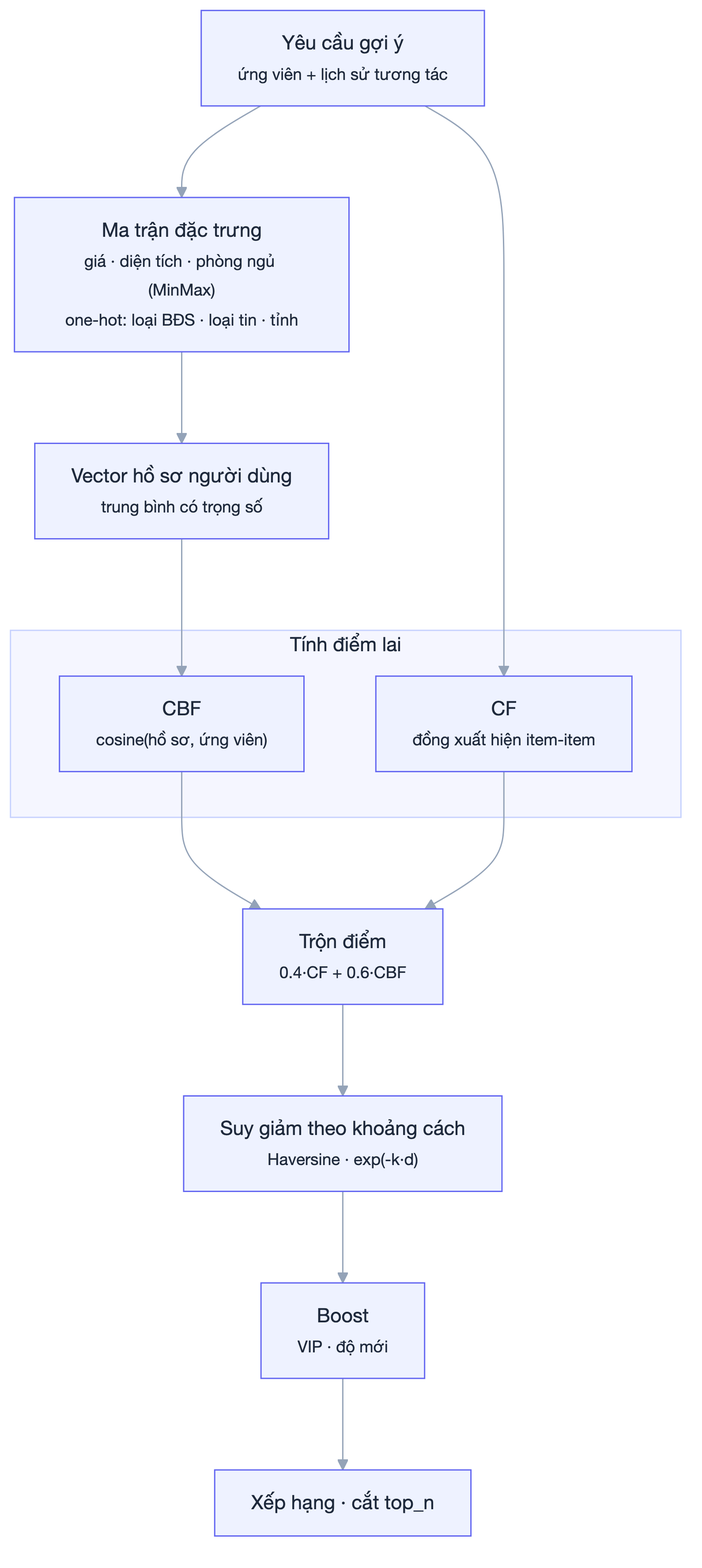
Earlier version of the Mermaid export diagrams/ai/png/04-recommendation-flow.png (huynhtranty/smartrent-report). Its source is kept beside it as diagrams/ai/src/04-recommendation-flow.mmd.
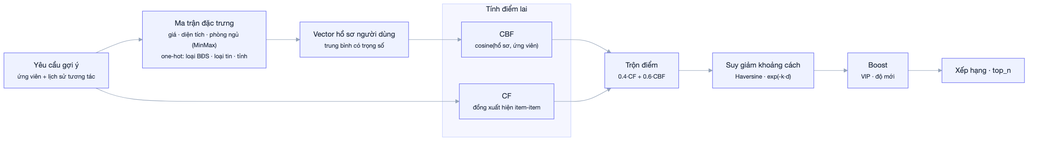
Above is the later version.

The edit, as a diff of the source:
```diff
@@ -1,19 +1,18 @@
-flowchart TB
+flowchart LR
  Req["Yêu cầu gợi ý<br/><small>ứng viên + lịch sử tương tác</small>"]
  Matrix["Ma trận đặc trưng<br/><small>giá · diện tích · phòng ngủ (MinMax)<br/>one-hot: loại BĐS · loại tin · tỉnh</small>"]
+ Profile["Vector hồ sơ người dùng<br/><small>trung bình có trọng số</small>"]
  subgraph Score["Tính điểm lai"]
- direction LR
+ direction TB
  CBF["CBF<br/><small>cosine(hồ sơ, ứng viên)</small>"]
  CF["CF<br/><small>đồng xuất hiện item-item</small>"]
  end
- Profile["Vector hồ sơ người dùng<br/><small>trung bình có trọng số</small>"]
  Blend["Trộn điểm<br/><small>0.4·CF + 0.6·CBF</small>"]
- Geo["Suy giảm theo khoảng cách<br/><small>Haversine · exp(-k·d)</small>"]
+ Geo["Suy giảm khoảng cách<br/><small>Haversine · exp(-k·d)</small>"]
  Boost["Boost<br/><small>VIP · độ mới</small>"]
- Rank["Xếp hạng · cắt top_n"]
+ Rank["Xếp hạng · top_n"]
 
- Req --> Matrix
- Matrix --> Profile
+ Req --> Matrix --> Profile
  Profile --> CBF
  Req --> CF
  CBF --> Blend
```
